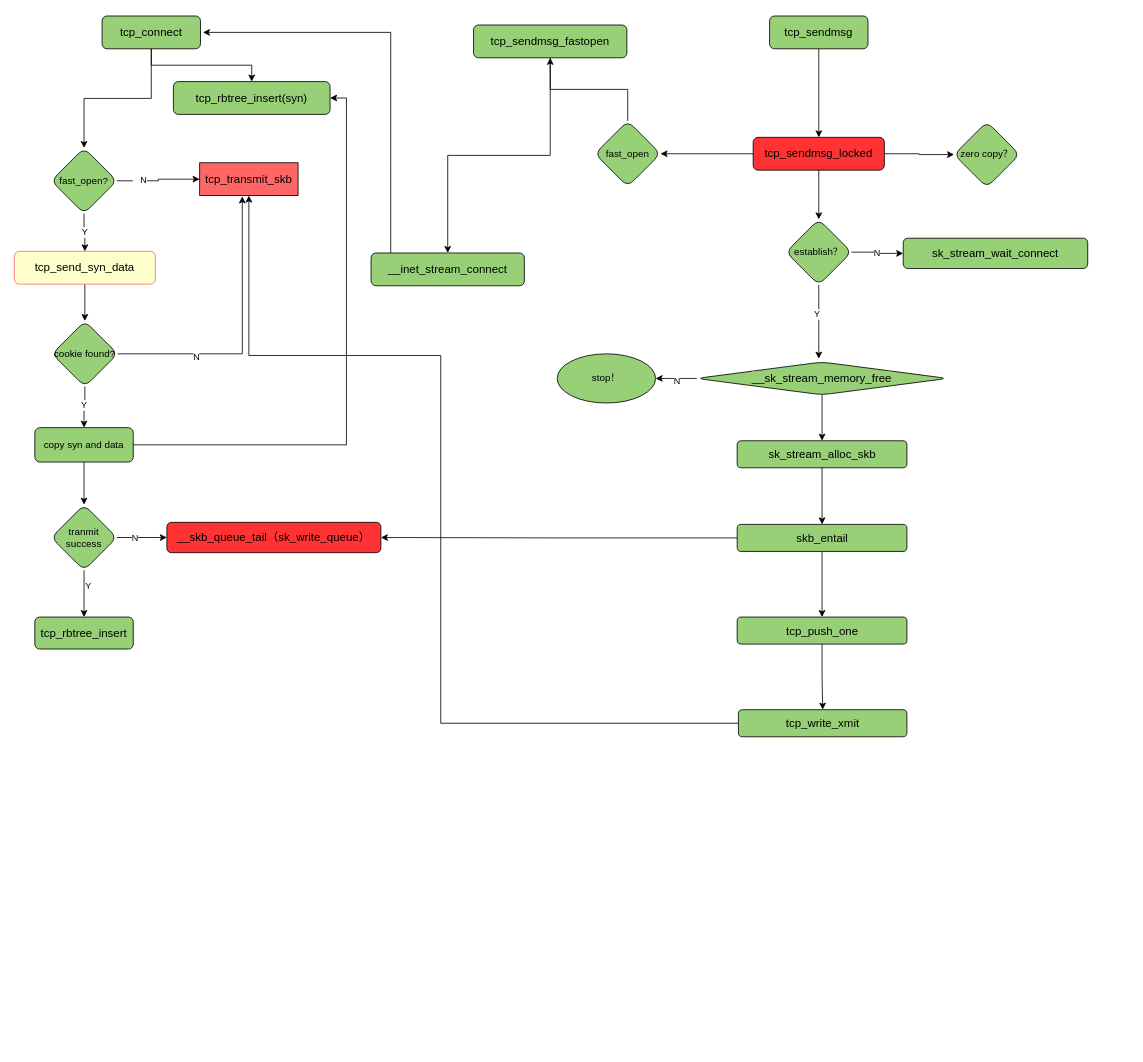
byrcoder/essay keeps this draw.io diagram as linux-kernel/tcp.drawio. Above is the earlier version. Source tidied: cells renumbered, new cells numbered last; positions are measured from the earlier drawing's top-left corner, leaving out a move shared by most shapes. Both pictures are drawn from the tidied source at 82%, with x=0, y=0 at pixel (14, 16).
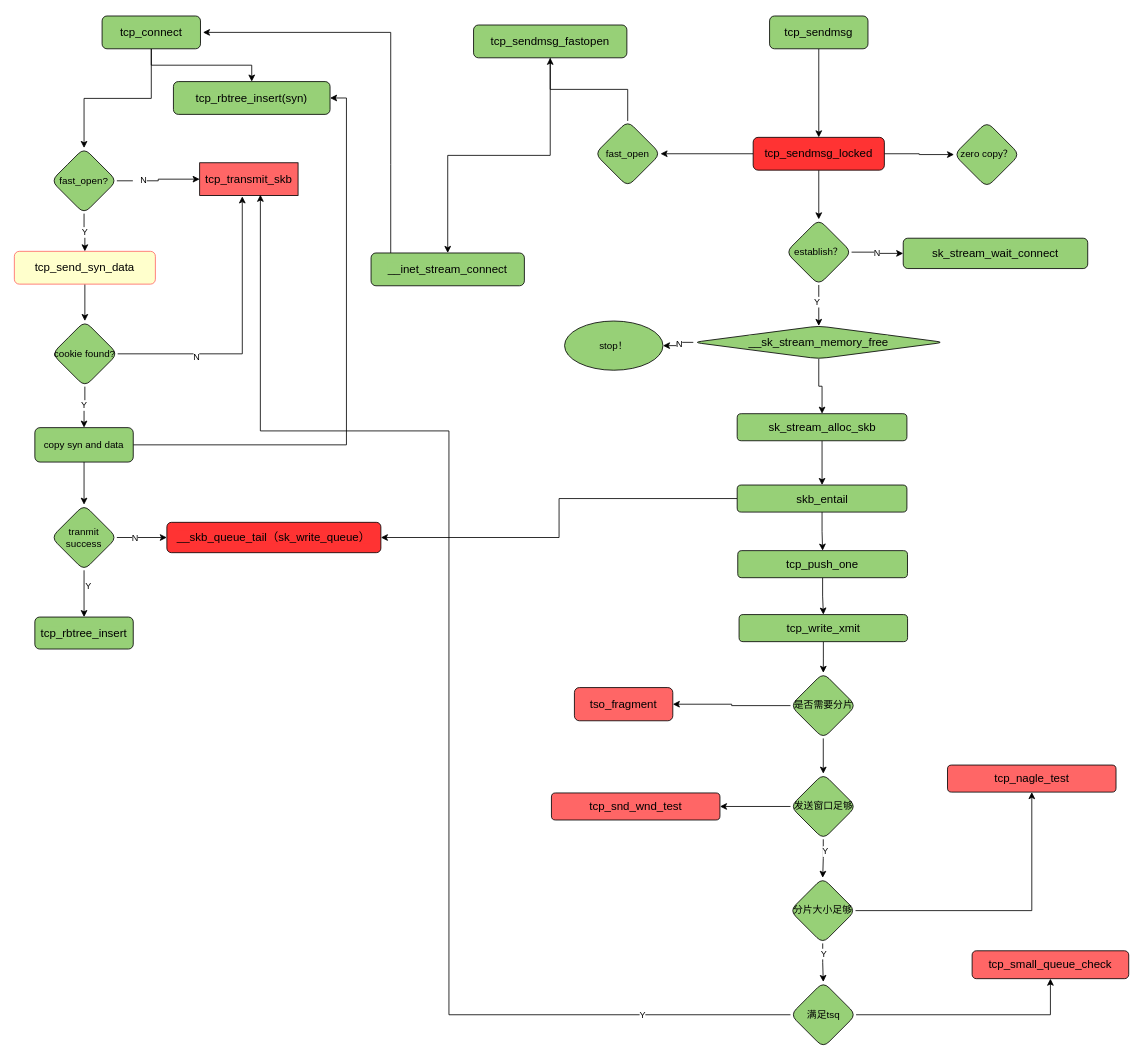
Above is the later version.

The change refers to these unchanged cells:
```xml
<mxCell id="5" value="&lt;pre style=&quot;font-family: &amp;quot;jetbrains mono&amp;quot; ; font-size: 10.5pt&quot;&gt;&lt;span style=&quot;background-color: rgb(255 , 102 , 102)&quot;&gt;tcp_transmit_skb&lt;/span&gt;&lt;/pre&gt;" style="rounded=1;whiteSpace=wrap;html=1;fontSize=12;glass=0;strokeWidth=1;shadow=0;fillColor=#FF6666;arcSize=0;fontColor=#000000;" parent="1" vertex="1">
  <mxGeometry x="226" y="179" width="120" height="40" as="geometry" />
</mxCell>
<mxCell id="45" value="establish？" style="rhombus;whiteSpace=wrap;html=1;fillColor=#97D077;fontColor=#000000;rounded=1;glass=0;strokeWidth=1;shadow=0;" parent="1" vertex="1">
  <mxGeometry x="941" y="248" width="80" height="80" as="geometry" />
</mxCell>
```

What changed in the source:
```diff
@@
-    <mxCell id="43" style="edgeStyle=orthogonalEdgeStyle;rounded=0;jettySize=auto;html=1;fontColor=#000000;" parent="1" edge="1" source="45">
-      <mxGeometry relative="1" as="geometry">
-        <mxPoint x="981" y="418" as="targetPoint" />
-      </mxGeometry>
+    <mxCell id="43" style="edgeStyle=orthogonalEdgeStyle;rounded=0;jettySize=auto;html=1;fontColor=#000000;entryX=0.5;entryY=0;entryDx=0;entryDy=0;" parent="1" edge="1" source="45" target="50">
+      <mxGeometry relative="1" as="geometry" />
     </mxCell>
@@
     <mxCell id="50" value="&lt;pre style=&quot;font-family: &amp;#34;jetbrains mono&amp;#34; ; font-size: 10.5pt&quot;&gt;&lt;span style=&quot;background-color: rgb(151 , 208 , 119)&quot;&gt;__sk_stream_memory_free&lt;/span&gt;&lt;/pre&gt;" style="rhombus;whiteSpace=wrap;html=1;fillColor=#97D077;fontColor=#000000;rounded=1;glass=0;strokeWidth=1;shadow=0;" parent="1" vertex="1">
-      <mxGeometry x="832" y="422" width="306" height="40" as="geometry" />
+      <mxGeometry x="828" y="378" width="306" height="40" as="geometry" />
     </mxCell>
     <mxCell id="51" value="stop！" style="ellipse;whiteSpace=wrap;html=1;fillColor=#97D077;fontColor=#000000;rounded=1;glass=0;strokeWidth=1;shadow=0;" parent="1" vertex="1">
-      <mxGeometry x="662" y="412" width="120" height="60" as="geometry" />
+      <mxGeometry x="671" y="372" width="120" height="60" as="geometry" />
     </mxCell>
@@
     <mxCell id="53" value="&lt;pre style=&quot;font-family: &amp;#34;jetbrains mono&amp;#34; ; font-size: 10.5pt&quot;&gt;&lt;span style=&quot;background-color: rgb(151 , 208 , 119)&quot;&gt;sk_stream_alloc_skb&lt;/span&gt;&lt;/pre&gt;" style="whiteSpace=wrap;html=1;fillColor=#97D077;fontColor=#000000;rounded=1;glass=0;strokeWidth=1;shadow=0;" parent="1" vertex="1">
-      <mxGeometry x="881.5" y="518" width="207" height="33" as="geometry" />
+      <mxGeometry x="881.5" y="485" width="207" height="33" as="geometry" />
     </mxCell>
@@
     <mxCell id="56" value="&lt;pre style=&quot;font-family: &amp;#34;jetbrains mono&amp;#34; ; font-size: 10.5pt&quot;&gt;&lt;pre style=&quot;font-family: &amp;#34;jetbrains mono&amp;#34; ; font-size: 10.5pt&quot;&gt;&lt;span style=&quot;background-color: rgb(151 , 208 , 119)&quot;&gt;skb_entail&lt;/span&gt;&lt;/pre&gt;&lt;/pre&gt;" style="whiteSpace=wrap;html=1;fillColor=#97D077;fontColor=#000000;rounded=1;glass=0;strokeWidth=1;shadow=0;" parent="1" vertex="1">
-      <mxGeometry x="881.5" y="620" width="207" height="33" as="geometry" />
+      <mxGeometry x="881.5" y="572" width="207" height="33" as="geometry" />
     </mxCell>
@@
     <mxCell id="58" value="&lt;pre style=&quot;font-family: &amp;#34;jetbrains mono&amp;#34; ; font-size: 10.5pt&quot;&gt;&lt;pre style=&quot;font-family: &amp;#34;jetbrains mono&amp;#34; ; font-size: 10.5pt&quot;&gt;&lt;pre style=&quot;font-family: &amp;#34;jetbrains mono&amp;#34; ; font-size: 10.5pt&quot;&gt;&lt;pre style=&quot;font-family: &amp;#34;jetbrains mono&amp;#34; ; font-size: 10.5pt&quot;&gt;&lt;span style=&quot;background-color: rgb(151 , 208 , 119)&quot;&gt;tcp_push_one&lt;/span&gt;&lt;/pre&gt;&lt;/pre&gt;&lt;/pre&gt;&lt;/pre&gt;" style="whiteSpace=wrap;html=1;fillColor=#97D077;fontColor=#000000;rounded=1;glass=0;strokeWidth=1;shadow=0;" parent="1" vertex="1">
-      <mxGeometry x="881.5" y="733" width="207" height="33" as="geometry" />
+      <mxGeometry x="882.2" y="652" width="207" height="33" as="geometry" />
     </mxCell>
-    <mxCell id="59" style="edgeStyle=orthogonalEdgeStyle;rounded=0;jettySize=auto;html=1;" parent="1" edge="1" source="60" target="5">
+    <mxCell id="59" style="edgeStyle=orthogonalEdgeStyle;rounded=0;jettySize=auto;html=1;exitX=0;exitY=0.5;exitDx=0;exitDy=0;entryX=0.617;entryY=0.975;entryDx=0;entryDy=0;entryPerimeter=0;" parent="1" edge="1" source="74" target="5">
       <mxGeometry relative="1" as="geometry">
         <Array as="points">
-          <mxPoint x="520" y="863" />
-          <mxPoint x="520" y="414" />
-          <mxPoint x="286" y="414" />
+          <mxPoint x="530" y="1218" />
+          <mxPoint x="530" y="506" />
+          <mxPoint x="300" y="506" />
         </Array>
       </mxGeometry>
     </mxCell>
+    <mxCell id="61" value="Y" style="edgeLabel;html=1;align=center;verticalAlign=middle;fontColor=#000000;" parent="59" vertex="1">
+      <mxGeometry x="-0.78" relative="1" as="geometry" />
+    </mxCell>
+    <mxCell id="62" style="edgeStyle=orthogonalEdgeStyle;rounded=0;jettySize=auto;html=1;exitX=1;exitY=0.5;exitDx=0;exitDy=0;" parent="1" edge="1" source="69" target="66">
+      <mxGeometry relative="1" as="geometry" />
+    </mxCell>
+    <mxCell id="63" style="edgeStyle=orthogonalEdgeStyle;rounded=0;jettySize=auto;html=1;exitX=0.5;exitY=1;exitDx=0;exitDy=0;" parent="1" edge="1" source="71" target="69">
+      <mxGeometry relative="1" as="geometry" />
+    </mxCell>
+    <mxCell id="64" value="Y" style="edgeLabel;html=1;align=center;verticalAlign=middle;fontColor=#000000;" parent="63" vertex="1">
+      <mxGeometry x="-0.41" y="2" relative="1" as="geometry" />
+    </mxCell>
+    <mxCell id="65" style="edgeStyle=orthogonalEdgeStyle;rounded=0;jettySize=auto;html=1;fontColor=#000000;" parent="1" edge="1" source="60" target="78">
+      <mxGeometry relative="1" as="geometry" />
+    </mxCell>
     <mxCell id="60" value="&lt;pre style=&quot;font-family: &amp;#34;jetbrains mono&amp;#34; ; font-size: 10.5pt&quot;&gt;&lt;pre style=&quot;font-family: &amp;#34;jetbrains mono&amp;#34; ; font-size: 10.5pt&quot;&gt;&lt;pre style=&quot;font-family: &amp;#34;jetbrains mono&amp;#34; ; font-size: 10.5pt&quot;&gt;&lt;pre style=&quot;font-family: &amp;#34;jetbrains mono&amp;#34; ; font-size: 10.5pt&quot;&gt;&lt;pre style=&quot;font-family: &amp;#34;jetbrains mono&amp;#34; ; font-size: 10.5pt&quot;&gt;&lt;span style=&quot;background-color: rgb(151 , 208 , 119)&quot;&gt;tcp_write_xmit&lt;/span&gt;&lt;/pre&gt;&lt;/pre&gt;&lt;/pre&gt;&lt;/pre&gt;&lt;/pre&gt;" style="whiteSpace=wrap;html=1;fillColor=#97D077;fontColor=#000000;rounded=1;glass=0;strokeWidth=1;shadow=0;" parent="1" vertex="1">
-      <mxGeometry x="883" y="846" width="205.5" height="33" as="geometry" />
+      <mxGeometry x="883.8" y="730" width="205.5" height="33" as="geometry" />
     </mxCell>
+    <mxCell id="66" value="&lt;pre style=&quot;font-family: &amp;#34;jetbrains mono&amp;#34; ; font-size: 10.5pt&quot;&gt;&lt;pre style=&quot;font-family: &amp;#34;jetbrains mono&amp;#34; ; font-size: 10.5pt&quot;&gt;&lt;pre style=&quot;font-family: &amp;#34;jetbrains mono&amp;#34; ; font-size: 10.5pt&quot;&gt;&lt;pre style=&quot;font-family: &amp;#34;jetbrains mono&amp;#34; ; font-size: 10.5pt&quot;&gt;&lt;pre style=&quot;font-family: &amp;#34;jetbrains mono&amp;#34; ; font-size: 10.5pt&quot;&gt;&lt;pre style=&quot;font-family: &amp;#34;jetbrains mono&amp;#34; ; font-size: 10.5pt&quot;&gt;&lt;span style=&quot;background-color: rgb(255 , 102 , 102)&quot;&gt;tcp_nagle_test&lt;/span&gt;&lt;/pre&gt;&lt;/pre&gt;&lt;/pre&gt;&lt;/pre&gt;&lt;/pre&gt;&lt;/pre&gt;" style="whiteSpace=wrap;html=1;fillColor=#FF6666;fontColor=#000000;rounded=1;glass=0;strokeWidth=1;shadow=0;" parent="1" vertex="1">
+      <mxGeometry x="1138" y="913.5" width="205.5" height="33" as="geometry" />
+    </mxCell>
+    <mxCell id="67" style="edgeStyle=orthogonalEdgeStyle;rounded=0;jettySize=auto;html=1;fontColor=#000000;" parent="1" edge="1" source="69" target="74">
+      <mxGeometry relative="1" as="geometry" />
+    </mxCell>
+    <mxCell id="68" value="Y" style="edgeLabel;html=1;align=center;verticalAlign=middle;fontColor=#000000;" parent="67" vertex="1">
+      <mxGeometry x="-0.49" y="1" relative="1" as="geometry" />
+    </mxCell>
+    <mxCell id="69" value="分片大小足够" style="rhombus;whiteSpace=wrap;html=1;fillColor=#97D077;fontColor=#000000;rounded=1;glass=0;strokeWidth=1;shadow=0;" parent="1" vertex="1">
+      <mxGeometry x="945.8" y="1051" width="80" height="80" as="geometry" />
+    </mxCell>
+    <mxCell id="70" style="edgeStyle=orthogonalEdgeStyle;rounded=0;jettySize=auto;html=1;fontColor=#000000;" parent="1" edge="1" source="71" target="72">
+      <mxGeometry relative="1" as="geometry" />
+    </mxCell>
+    <mxCell id="71" value="发送窗口足够" style="rhombus;whiteSpace=wrap;html=1;fillColor=#97D077;fontColor=#000000;rounded=1;glass=0;strokeWidth=1;shadow=0;" parent="1" vertex="1">
+      <mxGeometry x="946.5" y="924" width="80" height="80" as="geometry" />
+    </mxCell>
+    <mxCell id="72" value="&lt;pre style=&quot;font-family: &amp;#34;jetbrains mono&amp;#34; ; font-size: 10.5pt&quot;&gt;&lt;pre style=&quot;font-family: &amp;#34;jetbrains mono&amp;#34; ; font-size: 10.5pt&quot;&gt;&lt;pre style=&quot;font-family: &amp;#34;jetbrains mono&amp;#34; ; font-size: 10.5pt&quot;&gt;&lt;pre style=&quot;font-family: &amp;#34;jetbrains mono&amp;#34; ; font-size: 10.5pt&quot;&gt;&lt;pre style=&quot;font-family: &amp;#34;jetbrains mono&amp;#34; ; font-size: 10.5pt&quot;&gt;&lt;pre style=&quot;font-family: &amp;#34;jetbrains mono&amp;#34; ; font-size: 10.5pt&quot;&gt;&lt;pre style=&quot;font-family: &amp;#34;jetbrains mono&amp;#34; ; font-size: 10.5pt&quot;&gt;&lt;span style=&quot;background-color: rgb(255 , 102 , 102)&quot;&gt;tcp_snd_wnd_test&lt;/span&gt;&lt;/pre&gt;&lt;/pre&gt;&lt;/pre&gt;&lt;/pre&gt;&lt;/pre&gt;&lt;/pre&gt;&lt;/pre&gt;" style="whiteSpace=wrap;html=1;fillColor=#FF6666;fontColor=#000000;rounded=1;glass=0;strokeWidth=1;shadow=0;" parent="1" vertex="1">
+      <mxGeometry x="655" y="947.5" width="205.5" height="33" as="geometry" />
+    </mxCell>
+    <mxCell id="73" style="edgeStyle=orthogonalEdgeStyle;rounded=0;jettySize=auto;html=1;fontColor=#000000;" parent="1" edge="1" source="74" target="75">
+      <mxGeometry relative="1" as="geometry" />
+    </mxCell>
+    <mxCell id="74" value="满足tsq" style="rhombus;whiteSpace=wrap;html=1;fillColor=#97D077;fontColor=#000000;rounded=1;glass=0;strokeWidth=1;shadow=0;" parent="1" vertex="1">
+      <mxGeometry x="946.5" y="1178" width="80" height="80" as="geometry" />
+    </mxCell>
+    <mxCell id="75" value="&lt;pre style=&quot;font-family: &amp;#34;jetbrains mono&amp;#34; ; font-size: 10.5pt&quot;&gt;&lt;span style=&quot;background-color: rgb(255 , 102 , 102)&quot;&gt;tcp_small_queue_check&lt;/span&gt;&lt;/pre&gt;" style="whiteSpace=wrap;html=1;fillColor=#FF6666;fontColor=#000000;rounded=1;glass=0;strokeWidth=1;shadow=0;" parent="1" vertex="1">
+      <mxGeometry x="1168" y="1140" width="191" height="34" as="geometry" />
+    </mxCell>
+    <mxCell id="76" style="edgeStyle=orthogonalEdgeStyle;rounded=0;jettySize=auto;html=1;fontColor=#000000;entryX=0.5;entryY=0;entryDx=0;entryDy=0;" parent="1" edge="1" source="78" target="71">
+      <mxGeometry relative="1" as="geometry" />
+    </mxCell>
+    <mxCell id="77" style="edgeStyle=orthogonalEdgeStyle;rounded=0;jettySize=auto;html=1;fontColor=#000000;" parent="1" edge="1" source="78" target="79">
+      <mxGeometry relative="1" as="geometry" />
+    </mxCell>
+    <mxCell id="78" value="是否需要分片" style="rhombus;whiteSpace=wrap;html=1;fillColor=#97D077;fontColor=#000000;rounded=1;glass=0;strokeWidth=1;shadow=0;" parent="1" vertex="1">
+      <mxGeometry x="946.5" y="801" width="80" height="80" as="geometry" />
+    </mxCell>
+    <mxCell id="79" value="&lt;pre style=&quot;font-family: &amp;#34;jetbrains mono&amp;#34; ; font-size: 10.5pt&quot;&gt;&lt;span style=&quot;background-color: rgb(255 , 102 , 102)&quot;&gt;tso_fragment&lt;/span&gt;&lt;/pre&gt;" style="whiteSpace=wrap;html=1;fillColor=#FF6666;fontColor=#000000;rounded=1;glass=0;strokeWidth=1;shadow=0;" parent="1" vertex="1">
+      <mxGeometry x="683" y="819" width="120" height="40.5" as="geometry" />
+    </mxCell>
```
